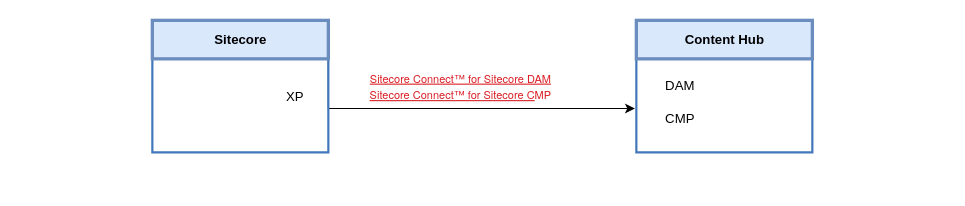
The draw.io diagram Data Storing.drawio in jerryno6/Diagrams, before the edit. Source tidied: cells renumbered, new cells numbered last; positions are measured from the earlier drawing's top-left corner, leaving out a move shared by most shapes. Both pictures are drawn from the tidied source at 110%, with x=0, y=0 at pixel (152, 20). Pictures stored in the file or linked from it are replaced by grey dashed boxes.
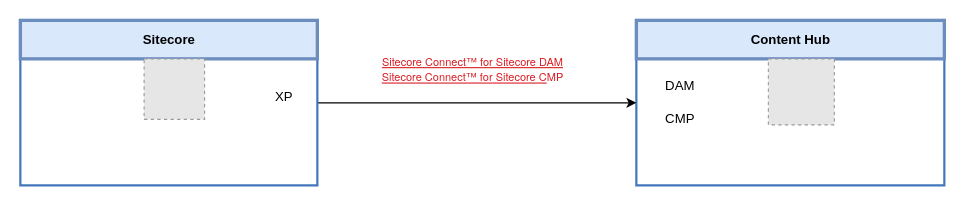
After the change.

The edit, as a diff of the source:
```diff
@@
 <mxGraphModel>
   <root>
     <mxCell id="0" />
     <mxCell id="1" parent="0" />
     <mxCell id="2" style="swimlane;shadow=0;labelBackgroundColor=#007FFF;strokeColor=#4277BB;fillColor=none;gradientColor=none;fontColor=#000000;align=right;startSize=0;strokeWidth=2;swimlaneFillColor=none;" parent="1" vertex="1">
-      <mxGeometry x="440" width="160" height="120" as="geometry" />
+      <mxGeometry x="440" width="280" height="150" as="geometry" />
     </mxCell>
     <mxCell id="3" value="Content Hub" style="text;html=1;align=center;verticalAlign=middle;shadow=0;dashed=0;strokeColor=#6c8ebf;fillColor=#dae8fc;labelBackgroundColor=none;fontStyle=1;fontSize=12;spacingLeft=0;strokeWidth=3;" parent="2" vertex="1">
-      <mxGeometry width="160" height="35" as="geometry" />
+      <mxGeometry width="280" height="35" as="geometry" />
     </mxCell>
     <mxCell id="4" value="DAM" style="text;html=1;strokeColor=none;fillColor=none;align=center;verticalAlign=middle;whiteSpace=wrap;rounded=0;" parent="2" vertex="1">
       <mxGeometry x="20" y="50" width="40" height="20" as="geometry" />
     </mxCell>
     <mxCell id="5" value="CMP" style="text;html=1;strokeColor=none;fillColor=none;align=center;verticalAlign=middle;whiteSpace=wrap;rounded=0;" parent="2" vertex="1">
       <mxGeometry x="20" y="80" width="40" height="20" as="geometry" />
     </mxCell>
-    <mxCell id="6" style="edgeStyle=orthogonalEdgeStyle;rounded=0;jettySize=auto;html=1;exitX=1;exitY=0.25;exitDx=0;exitDy=0;entryX=-0.008;entryY=0.668;entryDx=0;entryDy=0;entryPerimeter=0;" parent="1" edge="1" source="8" target="2">
-      <mxGeometry relative="1" as="geometry">
-        <Array as="points">
-          <mxPoint x="160" y="80" />
-        </Array>
-      </mxGeometry>
-    </mxCell>
+    <mxCell id="11" style="fillColor=#E6E6E6;strokeColor=#999999;dashed=1;verticalLabelPosition=bottom;verticalAlign=top;" parent="2" vertex="1">
+      <mxGeometry x="120" y="35" width="60" height="60" as="geometry" />
+    </mxCell>
-    <mxCell id="7" value="&lt;font style=&quot;margin: 0px ; padding: 0px ; border: 0px ; outline: 0px ; font-family: &amp;#34;titillium web&amp;#34; , &amp;#34;helvetica neue&amp;#34; , &amp;#34;helvetica&amp;#34; , &amp;#34;arial&amp;#34; , &amp;#34;microsoft yahei&amp;#34; , sans-serif ; vertical-align: baseline ; color: rgb(218 , 30 , 37)&quot;&gt;&lt;font style=&quot;font-size: 10px&quot;&gt;&lt;a href=&quot;https://dev.sitecore.net/Downloads/Sitecore_Plugin_for_Stylelabs_DAM/20/Sitecore_Connect_for_Sitecore_DAM_200.aspx&quot; target=&quot;_blank&quot; style=&quot;margin: 0px ; padding: 0px ; border: 0px ; outline: 0px ; font-family: &amp;#34;titillium web&amp;#34; , &amp;#34;helvetica neue&amp;#34; , &amp;#34;helvetica&amp;#34; , &amp;#34;arial&amp;#34; , &amp;#34;microsoft yahei&amp;#34; , sans-serif ; vertical-align: baseline ; color: rgb(218 , 30 , 37)&quot;&gt;Sitecore Connect™ for Sitecore DAM&lt;/a&gt;&lt;br&gt;&lt;a href=&quot;https://dev.sitecore.net/Downloads/Sitecore_Plugin_for_Stylelabs_DAM/20/Sitecore_Connect_for_Sitecore_DAM_200.aspx&quot; target=&quot;_blank&quot; style=&quot;margin: 0px ; padding: 0px ; border: 0px ; outline: 0px ; font-family: &amp;#34;titillium web&amp;#34; , &amp;#34;helvetica neue&amp;#34; , &amp;#34;helvetica&amp;#34; , &amp;#34;arial&amp;#34; , &amp;#34;microsoft yahei&amp;#34; , sans-serif ; vertical-align: baseline ; color: rgb(218 , 30 , 37)&quot;&gt;Sitecore Connect™ for Sitecore C&lt;/a&gt;MP&lt;/font&gt;&lt;br&gt;&lt;/font&gt;" style="edgeLabel;html=1;align=center;verticalAlign=middle;" parent="6" vertex="1">
-      <mxGeometry x="-0.12" relative="1" as="geometry">
-        <mxPoint x="24.5" y="-20.2" as="offset" />
-      </mxGeometry>
+    <mxCell id="7" value="&lt;a href=&quot;https://dev.sitecore.net/Downloads/Sitecore_Plugin_for_Stylelabs_DAM/20/Sitecore_Connect_for_Sitecore_DAM_200.aspx&quot; target=&quot;_blank&quot; style=&quot;font-family: &amp;#34;titillium web&amp;#34; , &amp;#34;helvetica neue&amp;#34; , &amp;#34;helvetica&amp;#34; , &amp;#34;arial&amp;#34; , &amp;#34;microsoft yahei&amp;#34; , sans-serif ; font-size: 10px ; margin: 0px ; padding: 0px ; border: 0px ; outline: 0px ; vertical-align: baseline ; color: rgb(218 , 30 , 37)&quot;&gt;Sitecore Connect™ for Sitecore DAM&lt;/a&gt;&lt;br style=&quot;color: rgb(218 , 30 , 37) ; font-family: &amp;#34;titillium web&amp;#34; , &amp;#34;helvetica neue&amp;#34; , &amp;#34;helvetica&amp;#34; , &amp;#34;arial&amp;#34; , &amp;#34;microsoft yahei&amp;#34; , sans-serif ; font-size: 10px&quot;&gt;&lt;a href=&quot;https://dev.sitecore.net/Downloads/Sitecore_Plugin_for_Stylelabs_DAM/20/Sitecore_Connect_for_Sitecore_DAM_200.aspx&quot; target=&quot;_blank&quot; style=&quot;font-family: &amp;#34;titillium web&amp;#34; , &amp;#34;helvetica neue&amp;#34; , &amp;#34;helvetica&amp;#34; , &amp;#34;arial&amp;#34; , &amp;#34;microsoft yahei&amp;#34; , sans-serif ; font-size: 10px ; margin: 0px ; padding: 0px ; border: 0px ; outline: 0px ; vertical-align: baseline ; color: rgb(218 , 30 , 37)&quot;&gt;Sitecore Connect™ for Sitecore C&lt;/a&gt;&lt;span style=&quot;color: rgb(218 , 30 , 37) ; font-family: &amp;#34;titillium web&amp;#34; , &amp;#34;helvetica neue&amp;#34; , &amp;#34;helvetica&amp;#34; , &amp;#34;arial&amp;#34; , &amp;#34;microsoft yahei&amp;#34; , sans-serif ; font-size: 10px&quot;&gt;MP&lt;/span&gt;" style="edgeStyle=orthogonalEdgeStyle;rounded=0;jettySize=auto;html=1;exitX=1;exitY=0.5;exitDx=0;exitDy=0;entryX=0;entryY=0.5;entryDx=0;entryDy=0;" parent="1" edge="1" source="8" target="2">
+      <mxGeometry x="-0.03" y="30" relative="1" as="geometry" />
     </mxCell>
     <mxCell id="8" style="swimlane;shadow=0;labelBackgroundColor=#007FFF;strokeColor=#4277BB;fillColor=none;gradientColor=none;fontColor=#000000;align=right;startSize=0;strokeWidth=2;swimlaneFillColor=none;" parent="1" vertex="1">
-      <mxGeometry width="160" height="120" as="geometry" />
+      <mxGeometry x="-120" width="270" height="150" as="geometry" />
     </mxCell>
     <mxCell id="9" value="Sitecore" style="text;html=1;align=center;verticalAlign=middle;shadow=0;dashed=0;strokeColor=#6c8ebf;fillColor=#dae8fc;labelBackgroundColor=none;fontStyle=1;fontSize=12;spacingLeft=0;strokeWidth=3;" parent="8" vertex="1">
-      <mxGeometry width="160" height="35" as="geometry" />
+      <mxGeometry width="270" height="35" as="geometry" />
     </mxCell>
     <mxCell id="10" value="XP" style="text;html=1;strokeColor=none;fillColor=none;align=center;verticalAlign=middle;whiteSpace=wrap;rounded=0;" parent="8" vertex="1">
-      <mxGeometry x="110" y="60" width="40" height="20" as="geometry" />
+      <mxGeometry x="220" y="60" width="40" height="20" as="geometry" />
     </mxCell>
+    <mxCell id="12" style="fillColor=#E6E6E6;strokeColor=#999999;dashed=1;verticalLabelPosition=bottom;verticalAlign=top;" parent="8" vertex="1">
+      <mxGeometry x="112.5" y="35" width="55" height="55" as="geometry" />
+    </mxCell>
   </root>
 </mxGraphModel>
```
